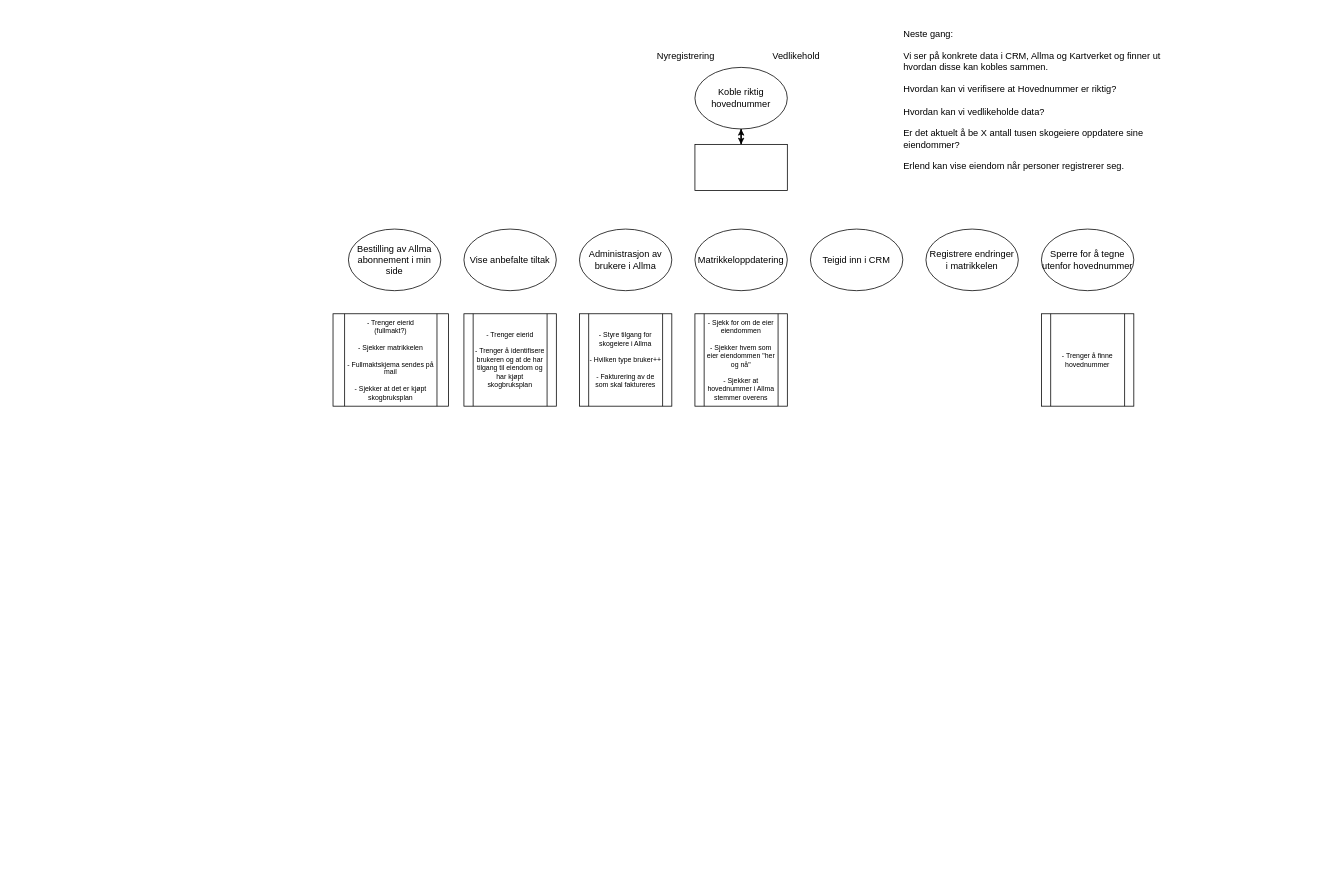
This is FramTre/Allma2026.drawio from CEM-MEC/drawio, a draw.io file, before an edit. Source tidied: cells renumbered, new cells numbered last; positions are measured from the earlier drawing's top-left corner, leaving out a move shared by most shapes. Both pictures are drawn from the tidied source at 77%, with x=0, y=0 at pixel (333, 13).
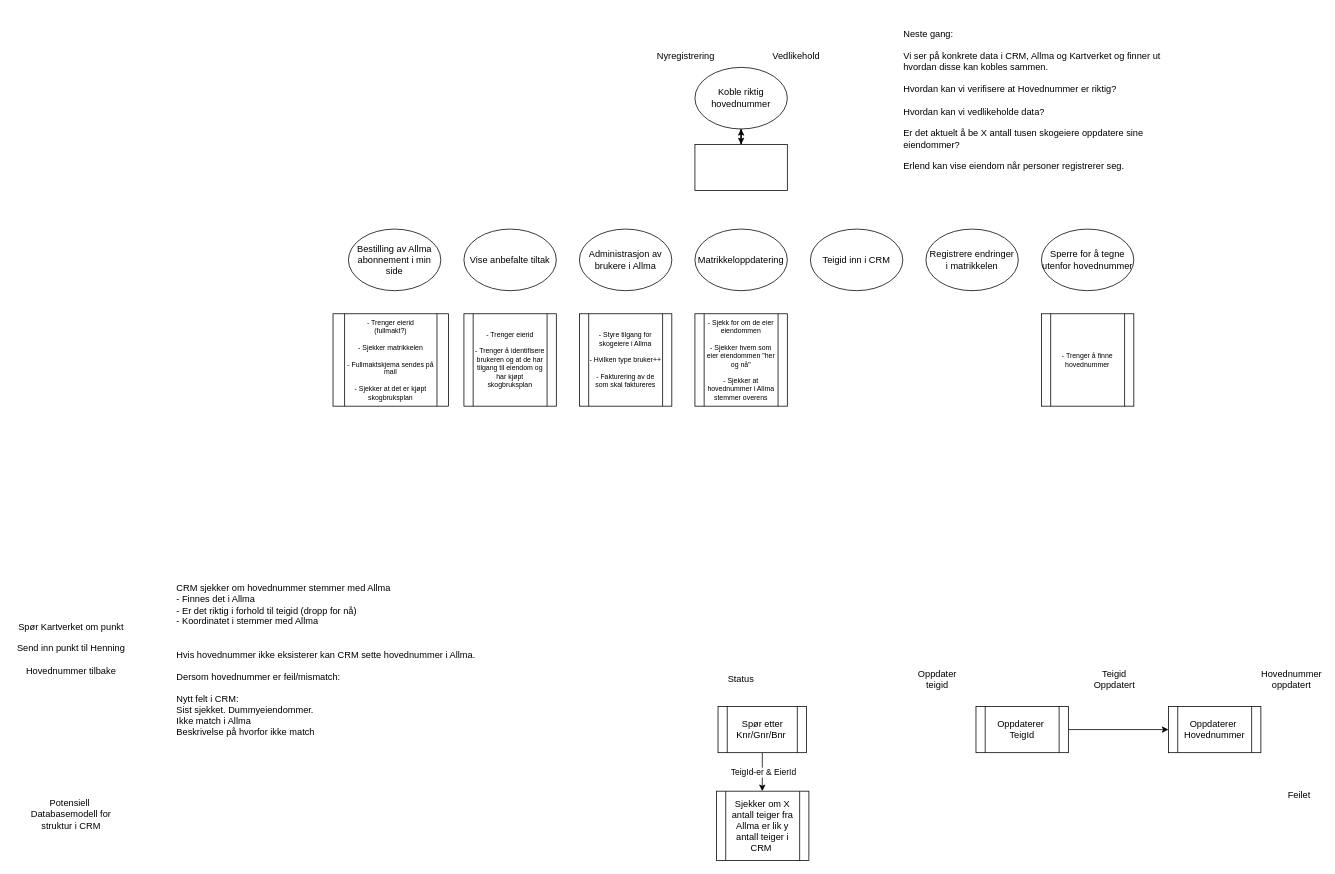
The same diagram, later.

Change to the diagram source:
```diff
@@
+    <mxCell id="21" value="&lt;div style=&quot;&quot;&gt;&lt;span style=&quot;background-color: transparent; color: light-dark(rgb(0, 0, 0), rgb(255, 255, 255));&quot;&gt;CRM sjekker om hovednummer stemmer med Allma&lt;/span&gt;&lt;/div&gt;- Finnes det i Allma&amp;nbsp;&lt;div&gt;&lt;div&gt;- Er det riktig i forhold til teigid (dropp for nå)&lt;/div&gt;&lt;div&gt;- Koordinatet i stemmer med Allma&lt;/div&gt;&lt;div&gt;&lt;br&gt;&lt;/div&gt;&lt;div&gt;&lt;br&gt;&lt;/div&gt;&lt;div&gt;Hvis hovednummer ikke eksisterer kan CRM sette hovednummer i Allma.&lt;/div&gt;&lt;div&gt;&lt;br&gt;&lt;/div&gt;&lt;div&gt;Dersom hovednummer er feil/mismatch:&amp;nbsp;&lt;br&gt;&lt;br&gt;Nytt felt i CRM: &lt;br&gt;Sist sjekket. Dummyeiendommer.&lt;br&gt;Ikke match i Allma&lt;br&gt;Beskrivelse på hvorfor ikke match&lt;/div&gt;&lt;/div&gt;" style="text;html=1;whiteSpace=wrap;strokeColor=none;fillColor=none;align=left;verticalAlign=middle;rounded=0;" parent="1" vertex="1">
+      <mxGeometry x="-205" y="700" width="470" height="280" as="geometry" />
+    </mxCell>
+    <mxCell id="22" style="edgeStyle=orthogonalEdgeStyle;rounded=0;jettySize=auto;html=1;entryX=0;entryY=0.5;entryDx=0;entryDy=0;" parent="1" edge="1" source="23" target="27">
+      <mxGeometry relative="1" as="geometry" />
+    </mxCell>
+    <mxCell id="23" value="Oppdaterer&amp;nbsp;&lt;br&gt;TeigId" style="shape=process;whiteSpace=wrap;html=1;backgroundOutline=1;" parent="1" vertex="1">
+      <mxGeometry x="835" y="900" width="120" height="60" as="geometry" />
+    </mxCell>
+    <mxCell id="24" value="Status" style="text;html=1;whiteSpace=wrap;strokeColor=none;fillColor=none;align=center;verticalAlign=middle;rounded=0;" parent="1" vertex="1">
+      <mxGeometry x="500" y="850" width="60" height="30" as="geometry" />
+    </mxCell>
+    <mxCell id="25" value="Oppdater teigid" style="text;html=1;whiteSpace=wrap;strokeColor=none;fillColor=none;align=center;verticalAlign=middle;rounded=0;" parent="1" vertex="1">
+      <mxGeometry x="755" y="850" width="60" height="30" as="geometry" />
+    </mxCell>
+    <mxCell id="26" value="Teigid Oppdatert" style="text;html=1;whiteSpace=wrap;strokeColor=none;fillColor=none;align=center;verticalAlign=middle;rounded=0;" parent="1" vertex="1">
+      <mxGeometry x="985" y="850" width="60" height="30" as="geometry" />
+    </mxCell>
+    <mxCell id="27" value="Oppdaterer&amp;nbsp;&lt;br&gt;Hovednummer" style="shape=process;whiteSpace=wrap;html=1;backgroundOutline=1;" parent="1" vertex="1">
+      <mxGeometry x="1085" y="900" width="120" height="60" as="geometry" />
+    </mxCell>
+    <mxCell id="28" value="Hovednummer oppdatert" style="text;html=1;whiteSpace=wrap;strokeColor=none;fillColor=none;align=center;verticalAlign=middle;rounded=0;" parent="1" vertex="1">
+      <mxGeometry x="1215" y="850" width="60" height="30" as="geometry" />
+    </mxCell>
+    <mxCell id="29" value="Feilet" style="text;html=1;whiteSpace=wrap;strokeColor=none;fillColor=none;align=center;verticalAlign=middle;rounded=0;" parent="1" vertex="1">
+      <mxGeometry x="1225" y="1000" width="60" height="30" as="geometry" />
+    </mxCell>
+    <mxCell id="30" style="edgeStyle=orthogonalEdgeStyle;rounded=0;jettySize=auto;html=1;" parent="1" edge="1" source="32">
+      <mxGeometry relative="1" as="geometry">
+        <mxPoint x="557.5" y="1010" as="targetPoint" />
+      </mxGeometry>
+    </mxCell>
+    <mxCell id="31" value="TeigId-er &amp;amp; EierId" style="edgeLabel;html=1;align=center;verticalAlign=middle;" parent="30" vertex="1">
+      <mxGeometry x="0.01" y="1" relative="1" as="geometry" />
+    </mxCell>
+    <mxCell id="32" value="Spør etter Knr/Gnr/Bnr&amp;nbsp;" style="shape=process;whiteSpace=wrap;html=1;backgroundOutline=1;" parent="1" vertex="1">
+      <mxGeometry x="500" y="900" width="115" height="60" as="geometry" />
+    </mxCell>
+    <mxCell id="33" value="Sjekker om X antall teiger fra Allma er lik y antall teiger i CRM&amp;nbsp;" style="shape=process;whiteSpace=wrap;html=1;backgroundOutline=1;" parent="1" vertex="1">
+      <mxGeometry x="498" y="1010" width="120" height="90" as="geometry" />
+    </mxCell>
+    <mxCell id="34" value="Spør Kartverket om punkt&lt;br&gt;&lt;br&gt;Send inn punkt til Henning&lt;br&gt;&lt;br&gt;Hovednummer tilbake" style="text;html=1;whiteSpace=wrap;strokeColor=none;fillColor=none;align=center;verticalAlign=middle;rounded=0;" parent="1" vertex="1">
+      <mxGeometry x="-415" y="750" width="150" height="150" as="geometry" />
+    </mxCell>
+    <mxCell id="35" value="Potensiell&amp;nbsp; Databasemodell for struktur i CRM" style="text;html=1;whiteSpace=wrap;strokeColor=none;fillColor=none;align=center;verticalAlign=middle;rounded=0;" parent="1" vertex="1">
+      <mxGeometry x="-395" y="990" width="110" height="100" as="geometry" />
+    </mxCell>
```
